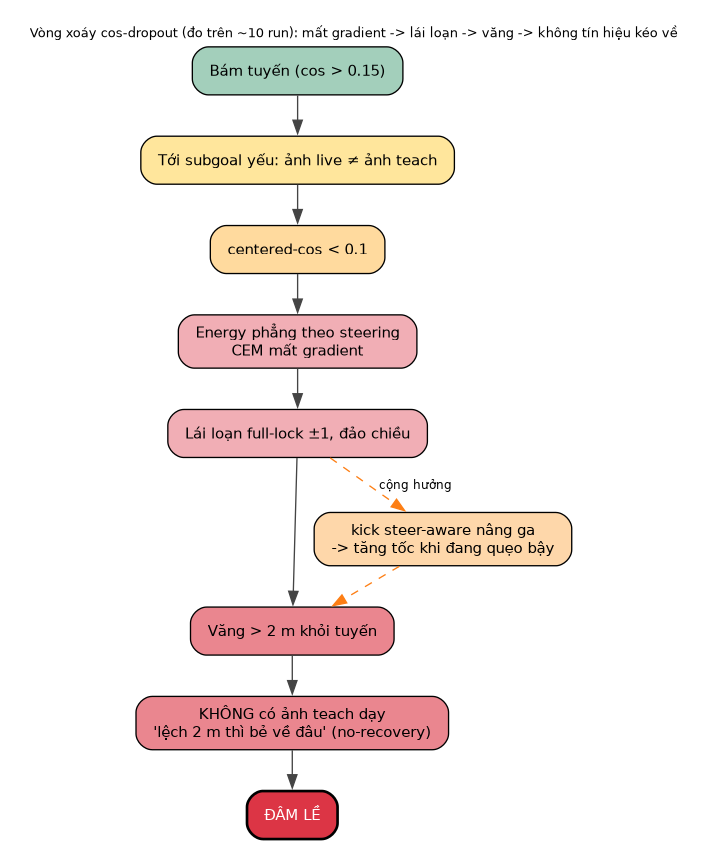
Anakonkai01/JEPA keeps this Graphviz diagram as docs/report/figures/fig_cos_dropout_mechanism.png. Above is the earlier version. Its source is kept beside it as docs/report/figures/src/fig_cos_dropout_mechanism.dot. Source of this version:
```dot
digraph dropout {
  rankdir=TB;
  graph [fontname="DejaVu Sans", bgcolor="white", ranksep=0.40, pad=0.2];
  node  [fontname="DejaVu Sans", shape=box, style="rounded,filled", fontsize=11, margin="0.18,0.09"];
  edge  [fontname="DejaVu Sans", fontsize=9, color="#444444"];

  A [label="Bám tuyến (cos > 0.15)", fillcolor="#a3cfbb"];
  B [label="Tới subgoal yếu: ảnh live ≠ ảnh teach", fillcolor="#ffe69c"];
  C [label="centered-cos < 0.1", fillcolor="#ffda9e"];
  D [label="Energy phẳng theo steering\nCEM mất gradient", fillcolor="#f1aeb5"];
  E [label="Lái loạn full-lock ±1, đảo chiều", fillcolor="#f1aeb5"];
  F [label="Văng > 2 m khỏi tuyến", fillcolor="#ea868f"];
  G [label="KHÔNG có ảnh teach dạy\n'lệch 2 m thì bẻ về đâu' (no-recovery)", fillcolor="#ea868f"];
  H [label="ĐÂM LỀ", fillcolor="#dc3545", fontcolor="white", penwidth=2];
  K [label="kick steer-aware nâng ga\n-> tăng tốc khi đang quẹo bậy", fillcolor="#fed7aa"];

  A -> B -> C -> D -> E -> F -> G -> H;
  E -> K [style=dashed, color="#fd7e14", label="cộng hưởng"];
  K -> F [style=dashed, color="#fd7e14"];

  labelloc="t";
  label="Vòng xoáy cos-dropout (đo trên ~10 run): mất gradient -> lái loạn -> văng -> không tín hiệu kéo về";
  fontname="DejaVu Sans"; fontsize=10;
}
```
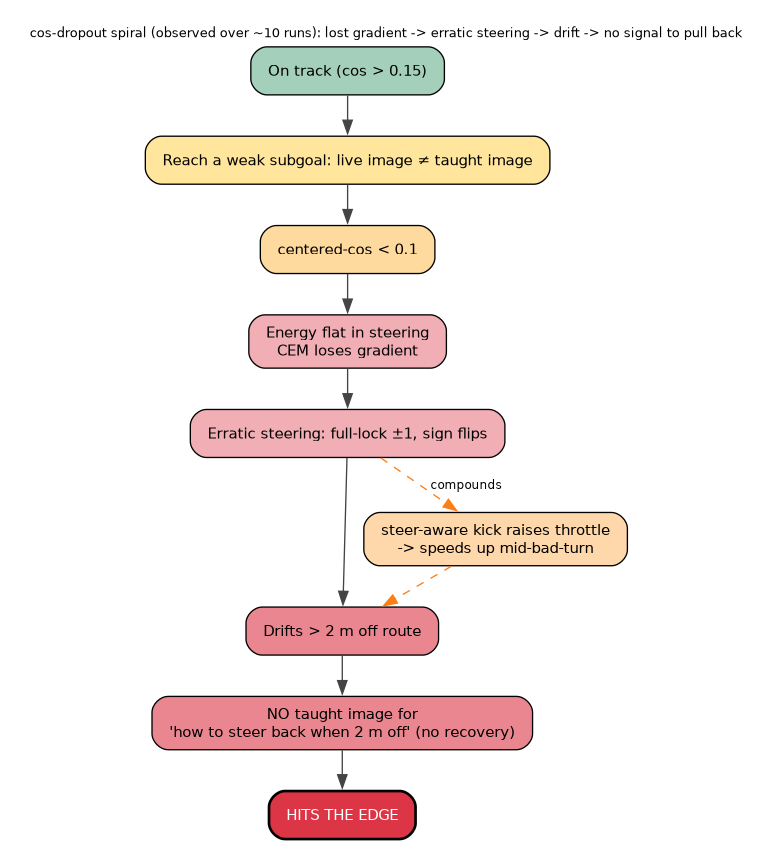
Above is the later version.

The edit, as a diff of the source:
```diff
@@ -4,21 +4,21 @@
   node  [fontname="DejaVu Sans", shape=box, style="rounded,filled", fontsize=11, margin="0.18,0.09"];
   edge  [fontname="DejaVu Sans", fontsize=9, color="#444444"];
 
-  A [label="Bám tuyến (cos > 0.15)", fillcolor="#a3cfbb"];
-  B [label="Tới subgoal yếu: ảnh live ≠ ảnh teach", fillcolor="#ffe69c"];
+  A [label="On track (cos > 0.15)", fillcolor="#a3cfbb"];
+  B [label="Reach a weak subgoal: live image ≠ taught image", fillcolor="#ffe69c"];
   C [label="centered-cos < 0.1", fillcolor="#ffda9e"];
-  D [label="Energy phẳng theo steering\nCEM mất gradient", fillcolor="#f1aeb5"];
-  E [label="Lái loạn full-lock ±1, đảo chiều", fillcolor="#f1aeb5"];
-  F [label="Văng > 2 m khỏi tuyến", fillcolor="#ea868f"];
-  G [label="KHÔNG có ảnh teach dạy\n'lệch 2 m thì bẻ về đâu' (no-recovery)", fillcolor="#ea868f"];
-  H [label="ĐÂM LỀ", fillcolor="#dc3545", fontcolor="white", penwidth=2];
-  K [label="kick steer-aware nâng ga\n-> tăng tốc khi đang quẹo bậy", fillcolor="#fed7aa"];
+  D [label="Energy flat in steering\nCEM loses gradient", fillcolor="#f1aeb5"];
+  E [label="Erratic steering: full-lock ±1, sign flips", fillcolor="#f1aeb5"];
+  F [label="Drifts > 2 m off route", fillcolor="#ea868f"];
+  G [label="NO taught image for\n'how to steer back when 2 m off' (no recovery)", fillcolor="#ea868f"];
+  H [label="HITS THE EDGE", fillcolor="#dc3545", fontcolor="white", penwidth=2];
+  K [label="steer-aware kick raises throttle\n-> speeds up mid-bad-turn", fillcolor="#fed7aa"];
 
   A -> B -> C -> D -> E -> F -> G -> H;
-  E -> K [style=dashed, color="#fd7e14", label="cộng hưởng"];
+  E -> K [style=dashed, color="#fd7e14", label="compounds"];
   K -> F [style=dashed, color="#fd7e14"];
 
   labelloc="t";
-  label="Vòng xoáy cos-dropout (đo trên ~10 run): mất gradient -> lái loạn -> văng -> không tín hiệu kéo về";
+  label="cos-dropout spiral (observed over ~10 runs): lost gradient -> erratic steering -> drift -> no signal to pull back";
   fontname="DejaVu Sans"; fontsize=10;
 }
```
